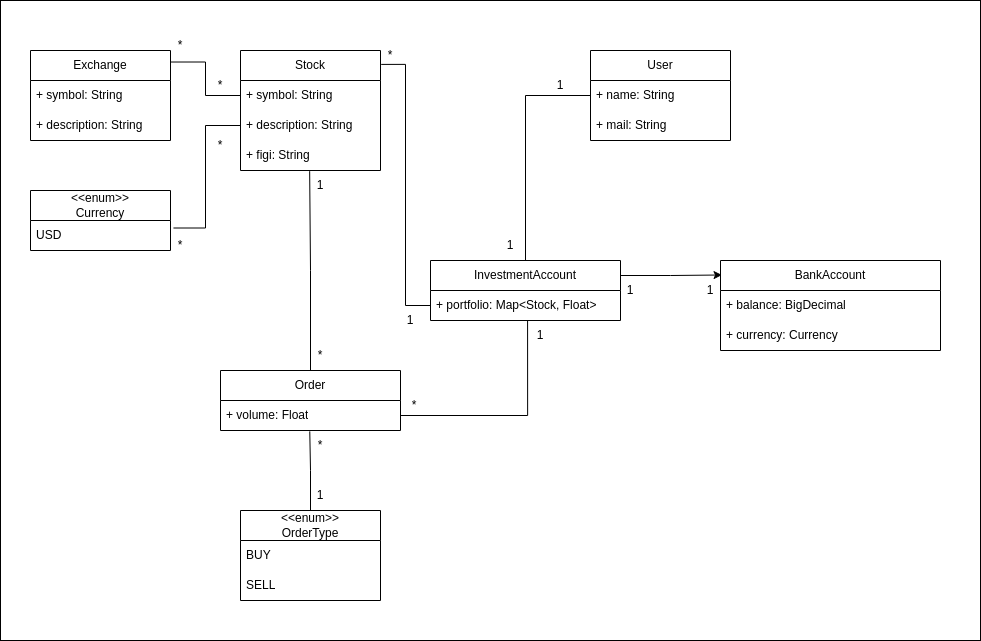
The draw.io diagram doc/diagrams/domaenenmodell.png in djthomann/FinancePepjekt, before a commit. Source tidied: cells renumbered, new cells last; positions are measured from the earlier drawing's top-left corner, leaving out a move shared by most shapes.
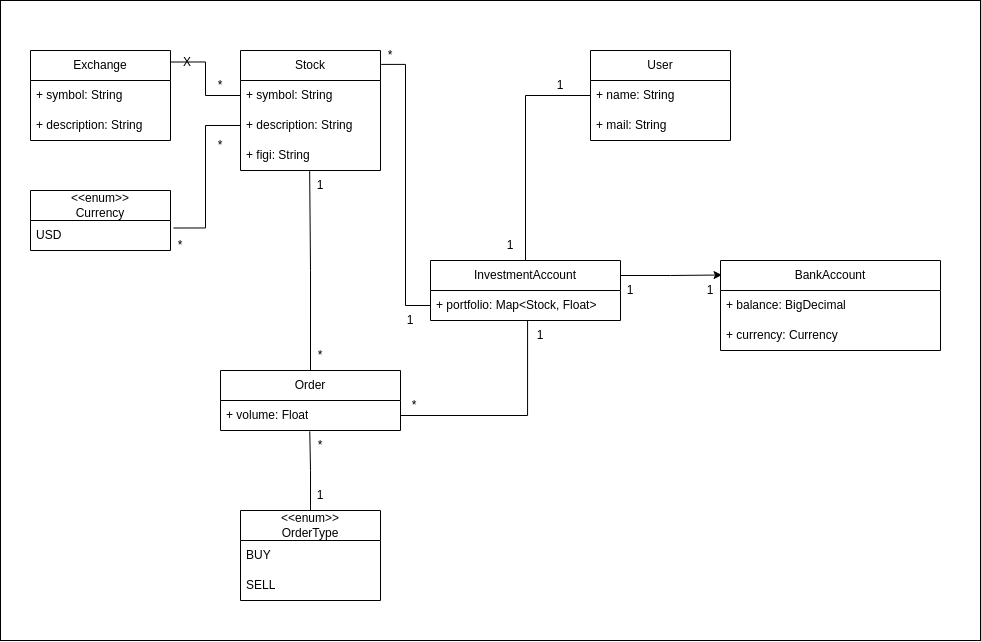
The same file after the commit.

Commit message:
FEAT: Added Classes from Domain Diagram

What changed in the source:
```diff
@@ -126,11 +126,8 @@
       <mxGeometry relative="1" as="geometry" />
     </mxCell>
     <mxCell id="43" value="*" style="text;html=1;strokeColor=none;fillColor=none;align=center;verticalAlign=middle;whiteSpace=wrap;rounded=0;shadow=1;" parent="1" vertex="1">
-      <mxGeometry x="150" y="30" width="60" height="30" as="geometry" />
+      <mxGeometry x="190" y="70" width="60" height="30" as="geometry" />
     </mxCell>
-    <mxCell id="44" value="*" style="text;html=1;strokeColor=none;fillColor=none;align=center;verticalAlign=middle;whiteSpace=wrap;rounded=0;shadow=1;" parent="1" vertex="1">
-      <mxGeometry x="190" y="70" width="60" height="30" as="geometry" />
-    </mxCell>
     <mxCell id="45" value="*" style="text;html=1;strokeColor=none;fillColor=none;align=center;verticalAlign=middle;whiteSpace=wrap;rounded=0;shadow=1;" parent="1" vertex="1">
       <mxGeometry x="190" y="130" width="60" height="30" as="geometry" />
     </mxCell>
@@ -143,5 +140,8 @@
     <mxCell id="48" value="1" style="text;html=1;strokeColor=none;fillColor=none;align=center;verticalAlign=middle;whiteSpace=wrap;rounded=0;" parent="1" vertex="1">
       <mxGeometry x="380" y="305" width="60" height="30" as="geometry" />
     </mxCell>
+    <mxCell id="49" value="X" style="text;html=1;strokeColor=none;fillColor=none;align=center;verticalAlign=middle;whiteSpace=wrap;rounded=0;" parent="1" vertex="1">
+      <mxGeometry x="157" y="47" width="60" height="30" as="geometry" />
+    </mxCell>
   </root>
 </mxGraphModel>
```
